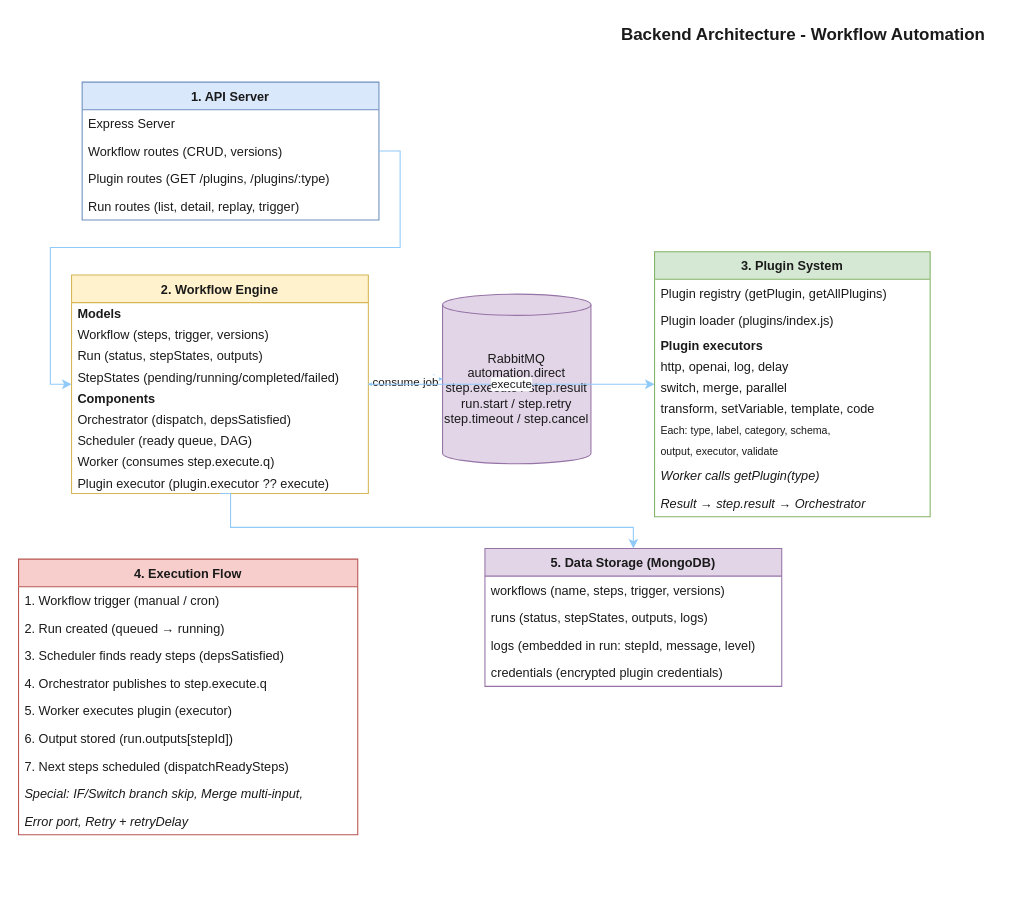
The draw.io diagram docs/api.drawio in mecitusda/AI_Automation, before the edit. Source tidied: cells renumbered, new cells numbered last; positions are measured from the earlier drawing's top-left corner, leaving out a move shared by most shapes. Both pictures are drawn from the tidied source at 106%, with x=0, y=0 at pixel (60, 103).
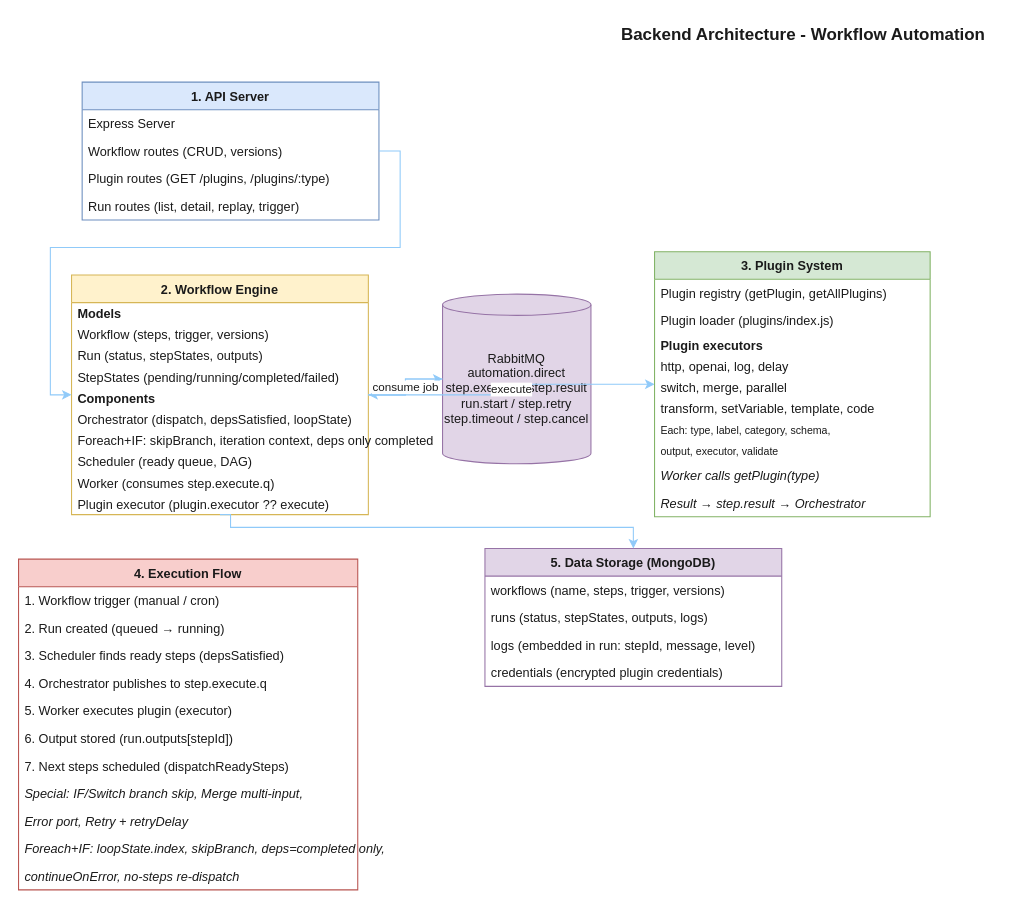
Above is the later version.

The change refers to these unchanged cells:
```xml
<mxCell id="1" parent="0">
  <mxGeometry x="-40" y="-80" width="900" height="820" as="geometry" />
</mxCell>
```

What changed in the source:
```diff
@@
     <mxCell id="8" value="2. Workflow Engine" style="swimlane;fontStyle=1;horizontal=1;startSize=26;fillColor=#fff2cc;strokeColor=#d6b656;swimlaneFillColor=#ffffff;fontColor=#1a1a1a;" parent="1" vertex="1">
-      <mxGeometry x="50" y="242" width="280" height="206" as="geometry" />
+      <mxGeometry x="50" y="242" width="280" height="226" as="geometry" />
     </mxCell>
@@
-    <mxCell id="14" value="  Orchestrator (dispatch, depsSatisfied)" style="text;strokeColor=none;fillColor=none;align=left;verticalAlign=middle;spacingLeft=4;fontColor=#1a1a1a;" parent="8" vertex="1">
+    <mxCell id="14" value="  Orchestrator (dispatch, depsSatisfied, loopState)" style="text;strokeColor=none;fillColor=none;align=left;verticalAlign=middle;spacingLeft=4;fontColor=#1a1a1a;" parent="8" vertex="1">
       <mxGeometry y="126" width="280" height="20" as="geometry" />
     </mxCell>
+    <mxCell id="50" value="  Foreach+IF: skipBranch, iteration context, deps only completed" style="text;strokeColor=none;fillColor=none;align=left;verticalAlign=middle;spacingLeft=4;fontColor=#1a1a1a;" parent="8" vertex="1">
+      <mxGeometry y="146" width="280" height="20" as="geometry" />
+    </mxCell>
     <mxCell id="15" value="  Scheduler (ready queue, DAG)" style="text;strokeColor=none;fillColor=none;align=left;verticalAlign=middle;spacingLeft=4;fontColor=#1a1a1a;" parent="8" vertex="1">
-      <mxGeometry y="146" width="280" height="20" as="geometry" />
+      <mxGeometry y="166" width="280" height="20" as="geometry" />
     </mxCell>
     <mxCell id="16" value="  Worker (consumes step.execute.q)" style="text;strokeColor=none;fillColor=none;align=left;verticalAlign=middle;spacingLeft=4;fontColor=#1a1a1a;" parent="8" vertex="1">
-      <mxGeometry y="166" width="280" height="20" as="geometry" />
+      <mxGeometry y="186" width="280" height="20" as="geometry" />
     </mxCell>
     <mxCell id="17" value="  Plugin executor (plugin.executor ?? execute)" style="text;strokeColor=none;fillColor=none;align=left;verticalAlign=middle;spacingLeft=4;fontColor=#1a1a1a;" parent="8" vertex="1">
-      <mxGeometry y="186" width="280" height="20" as="geometry" />
+      <mxGeometry y="206" width="280" height="20" as="geometry" />
     </mxCell>
@@
     <mxCell id="34" value="4. Execution Flow" style="swimlane;fontStyle=1;horizontal=1;startSize=26;fillColor=#f8cecc;strokeColor=#b85450;swimlaneFillColor=#ffffff;fontColor=#1a1a1a;" parent="1" vertex="1">
-      <mxGeometry y="510" width="320" height="260" as="geometry" />
+      <mxGeometry y="510" width="320" height="312" as="geometry" />
     </mxCell>
@@
+    <mxCell id="51" value="Foreach+IF: loopState.index, skipBranch, deps=completed only," style="text;strokeColor=none;fillColor=none;align=left;verticalAlign=middle;spacingLeft=4;fontStyle=2;fontColor=#1a1a1a;" parent="34" vertex="1">
+      <mxGeometry y="260" width="320" height="26" as="geometry" />
+    </mxCell>
+    <mxCell id="52" value="  continueOnError, no-steps re-dispatch" style="text;strokeColor=none;fillColor=none;align=left;verticalAlign=middle;spacingLeft=4;fontStyle=2;fontColor=#1a1a1a;" parent="34" vertex="1">
+      <mxGeometry y="286" width="320" height="26" as="geometry" />
+    </mxCell>
```
